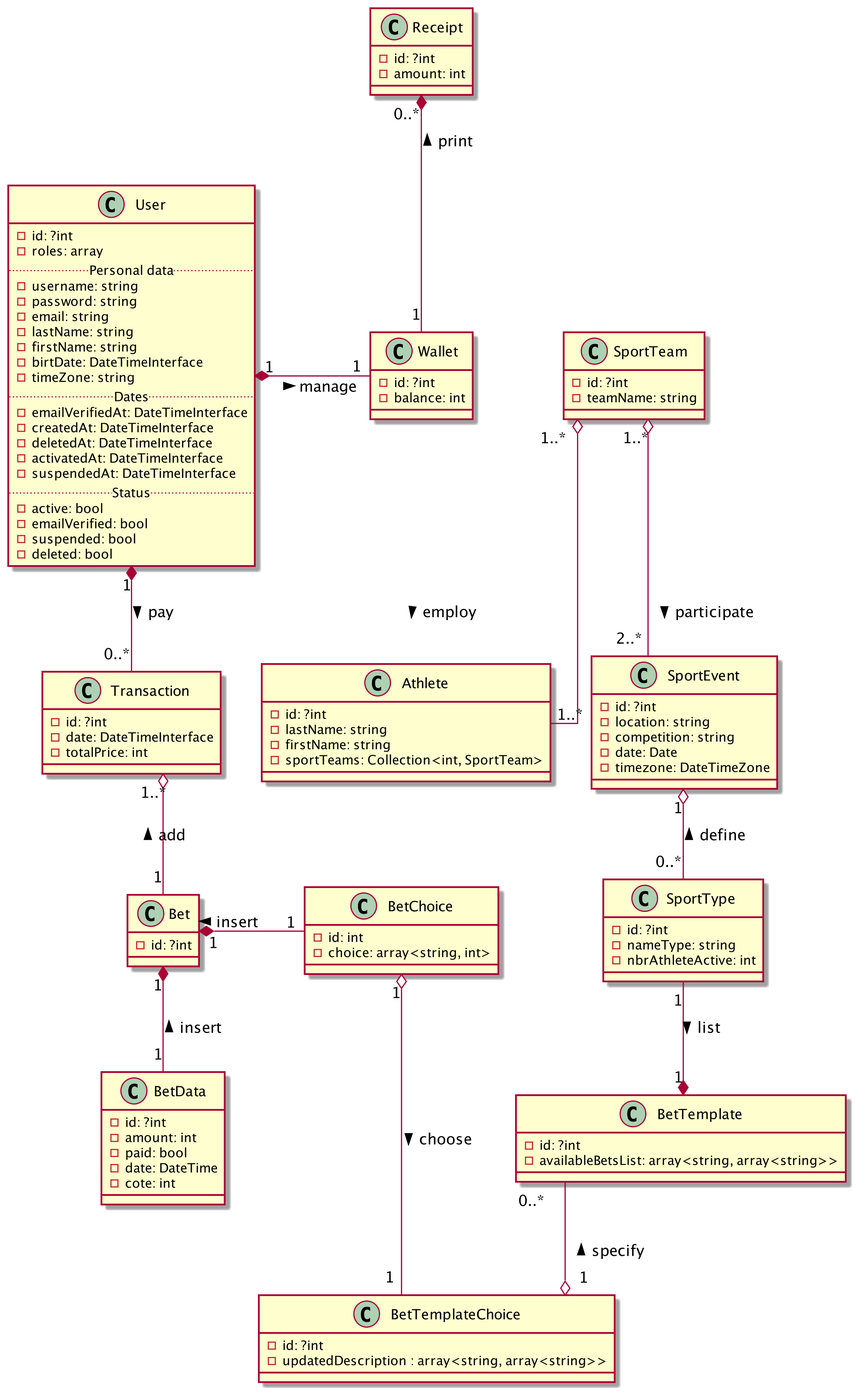
Earlier version of the PlantUML export UML/PariSportifUML.png (OFP-CDA-Mulhouse-2020/parisportif3).
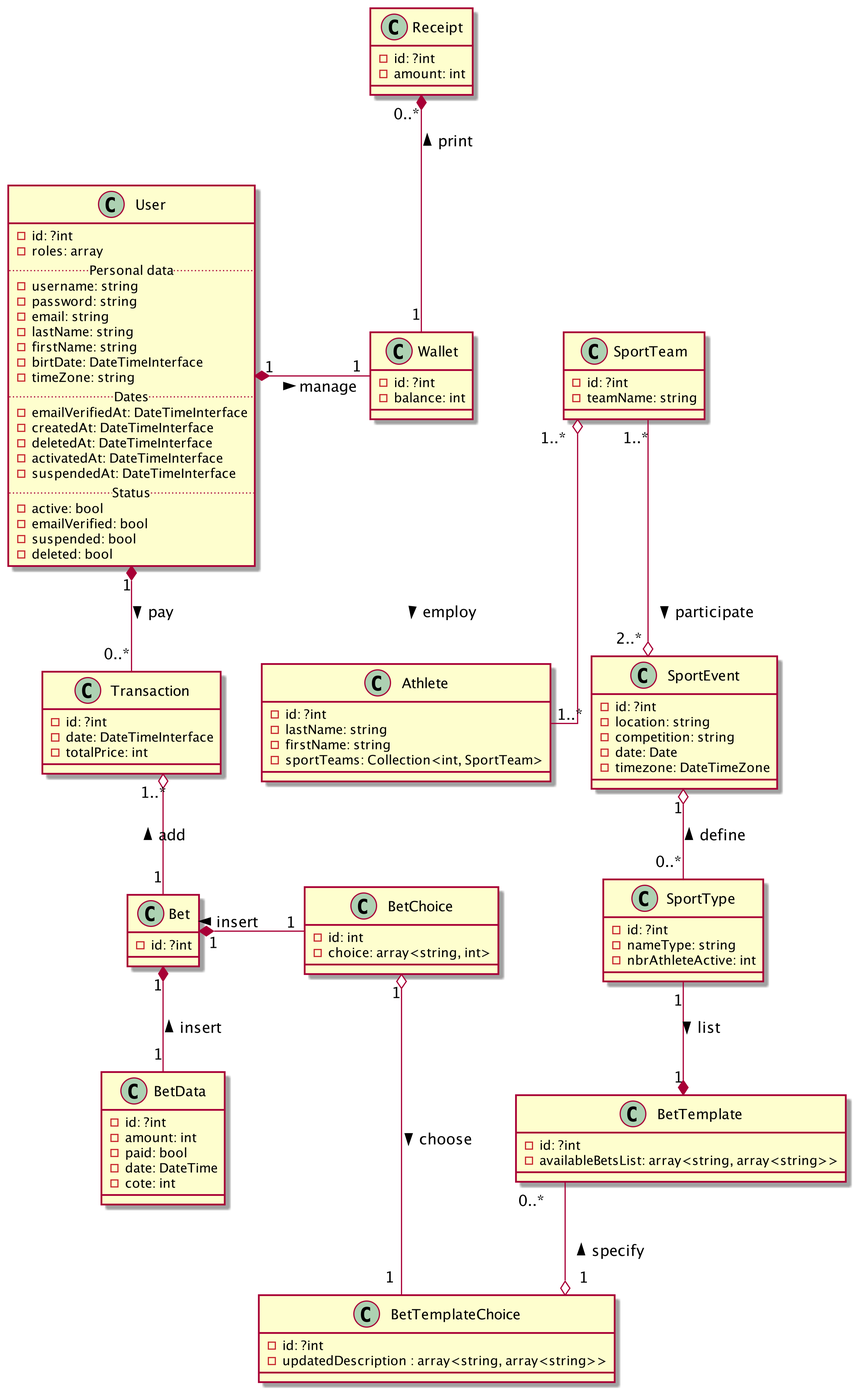
The same diagram one commit later.

Commit message:
UML: Changement de sens de l'agrégation entre SportTeam et SportEvent

The edit, as a diff of the source:
```diff
@@ -106,7 +106,7 @@
 
 SportTeam "1..*" o-- "1..*" Athlete : employ >
 Transaction "1..*" o-- "1" Bet : add <
-SportTeam "1..*" o-- "2..*" SportEvent : participate >
+SportTeam "1..*" --o "2..*" SportEvent : participate >
 SportEvent "1" o-- "0..*" SportType : define <
 BetChoice "1" o--- "1" BetTemplateChoice: choose >
 BetTemplate "0..*" --o "1" BetTemplateChoice : specify <
```
